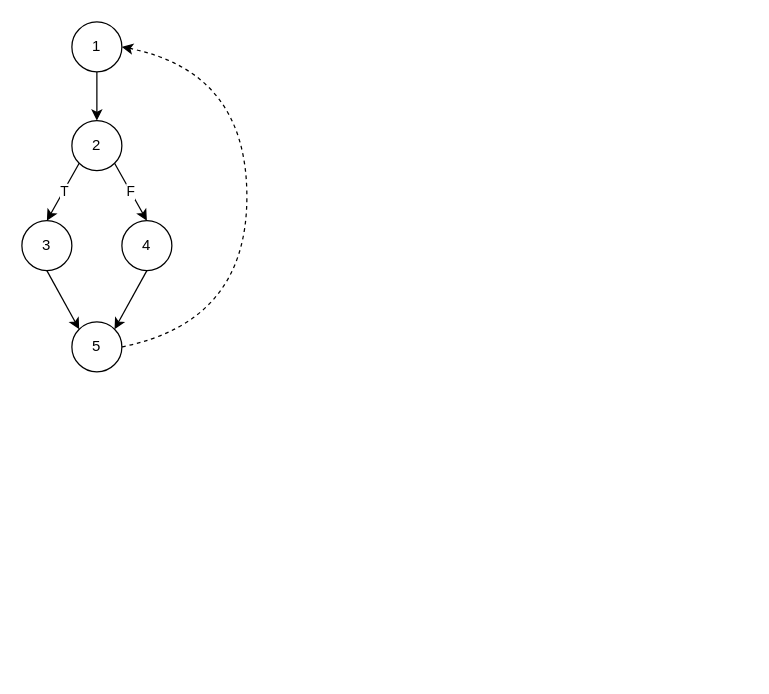
Above: DiagramasContornos.drawio in XurxoMF/XurxoMF (draw.io), before the change. Source tidied: cells renumbered, new cells numbered last; positions are measured from the earlier drawing's top-left corner, leaving out a move shared by most shapes. Both pictures are drawn from the tidied source at 125%, with x=0, y=0 at pixel (21, 21).
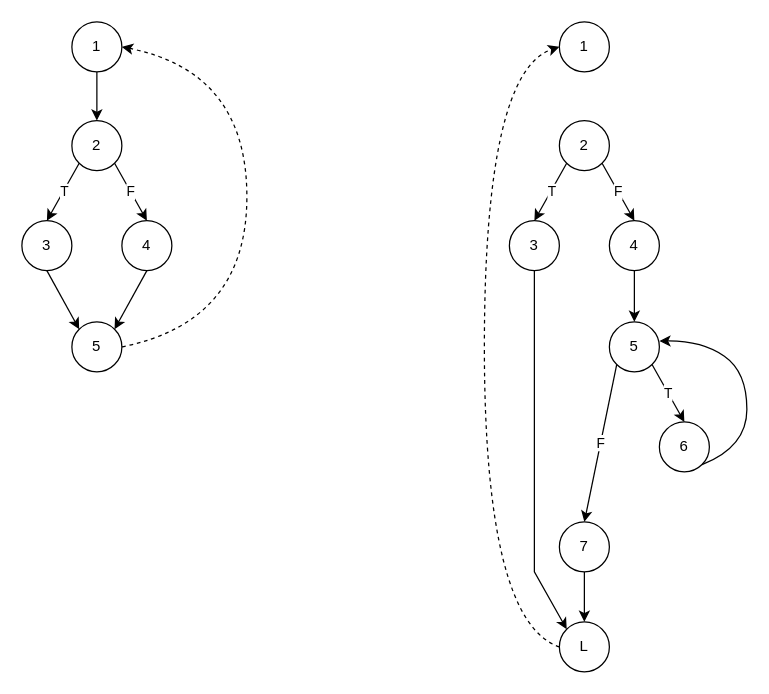
The same page after the edit.

What changed in the source:
```diff
@@
+    <mxCell id="15" value="L" style="ellipse;whiteSpace=wrap;html=1;" parent="1" vertex="1">
+      <mxGeometry x="430" y="480" width="40" height="40" as="geometry" />
+    </mxCell>
+    <mxCell id="16" value="1" style="ellipse;whiteSpace=wrap;html=1;" parent="1" vertex="1">
+      <mxGeometry x="430" width="40" height="40" as="geometry" />
+    </mxCell>
+    <mxCell id="17" value="2" style="ellipse;whiteSpace=wrap;html=1;" parent="1" vertex="1">
+      <mxGeometry x="430" y="79" width="40" height="40" as="geometry" />
+    </mxCell>
+    <mxCell id="18" value="3" style="ellipse;whiteSpace=wrap;html=1;" parent="1" vertex="1">
+      <mxGeometry x="390" y="159" width="40" height="40" as="geometry" />
+    </mxCell>
+    <mxCell id="19" style="endArrow=classic;html=1;rounded=0;strokeColor=#000000;exitX=0;exitY=1;exitDx=0;exitDy=0;entryX=0.5;entryY=0;entryDx=0;entryDy=0;fontColor=default;" parent="1" edge="1" source="17" target="18">
+      <mxGeometry relative="1" as="geometry" />
+    </mxCell>
+    <mxCell id="20" value="T" style="edgeLabel;html=1;align=center;verticalAlign=middle;" parent="19" vertex="1">
+      <mxGeometry relative="1" as="geometry" />
+    </mxCell>
+    <mxCell id="21" style="edgeStyle=none;rounded=0;jettySize=auto;html=1;exitX=0.5;exitY=1;exitDx=0;exitDy=0;entryX=0.5;entryY=0;entryDx=0;entryDy=0;fontColor=default;strokeColor=#000000;" parent="1" edge="1" source="22" target="26">
+      <mxGeometry relative="1" as="geometry" />
+    </mxCell>
+    <mxCell id="22" value="4" style="ellipse;whiteSpace=wrap;html=1;" parent="1" vertex="1">
+      <mxGeometry x="470" y="159" width="40" height="40" as="geometry" />
+    </mxCell>
+    <mxCell id="23" style="endArrow=classic;html=1;rounded=0;fontColor=default;strokeColor=#000000;entryX=0.5;entryY=0;entryDx=0;entryDy=0;exitX=1;exitY=1;exitDx=0;exitDy=0;" parent="1" edge="1" source="17" target="22">
+      <mxGeometry relative="1" as="geometry" />
+    </mxCell>
+    <mxCell id="24" value="F" style="edgeLabel;html=1;align=center;verticalAlign=middle;fontColor=default;" parent="23" vertex="1">
+      <mxGeometry relative="1" as="geometry" />
+    </mxCell>
+    <mxCell id="25" style="endArrow=classic;html=1;rounded=0;fontColor=default;strokeColor=#000000;exitX=0.5;exitY=1;exitDx=0;exitDy=0;entryX=0;entryY=0;entryDx=0;entryDy=0;" parent="1" edge="1" source="18" target="15">
+      <mxGeometry relative="1" as="geometry">
+        <Array as="points">
+          <mxPoint x="410" y="440" />
+        </Array>
+      </mxGeometry>
+    </mxCell>
+    <mxCell id="26" value="5" style="ellipse;whiteSpace=wrap;html=1;" parent="1" vertex="1">
+      <mxGeometry x="470" y="240" width="40" height="40" as="geometry" />
+    </mxCell>
+    <mxCell id="27" style="endArrow=classic;html=1;rounded=0;fontColor=default;strokeColor=#000000;exitX=0;exitY=1;exitDx=0;exitDy=0;entryX=0.5;entryY=0;entryDx=0;entryDy=0;" parent="1" edge="1" source="26" target="30">
+      <mxGeometry relative="1" as="geometry" />
+    </mxCell>
+    <mxCell id="28" value="F" style="edgeLabel;html=1;align=center;verticalAlign=middle;fontColor=default;" parent="27" vertex="1">
+      <mxGeometry relative="1" as="geometry" />
+    </mxCell>
+    <mxCell id="29" value="6" style="ellipse;whiteSpace=wrap;html=1;" parent="1" vertex="1">
+      <mxGeometry x="510" y="320" width="40" height="40" as="geometry" />
+    </mxCell>
+    <mxCell id="30" value="7" style="ellipse;whiteSpace=wrap;html=1;" parent="1" vertex="1">
+      <mxGeometry x="430" y="400" width="40" height="40" as="geometry" />
+    </mxCell>
+    <mxCell id="31" style="endArrow=classic;html=1;rounded=0;fontColor=default;strokeColor=#000000;exitX=1;exitY=1;exitDx=0;exitDy=0;entryX=0.5;entryY=0;entryDx=0;entryDy=0;" parent="1" edge="1" source="26" target="29">
+      <mxGeometry relative="1" as="geometry" />
+    </mxCell>
+    <mxCell id="32" value="T" style="edgeLabel;html=1;align=center;verticalAlign=middle;fontColor=default;" parent="31" vertex="1">
+      <mxGeometry relative="1" as="geometry" />
+    </mxCell>
+    <mxCell id="33" style="curved=1;endArrow=classic;html=1;rounded=0;fontColor=default;strokeColor=#000000;exitX=1;exitY=1;exitDx=0;exitDy=0;entryX=1;entryY=0.383;entryDx=0;entryDy=0;entryPerimeter=0;" parent="1" edge="1" source="29" target="26">
+      <mxGeometry relative="1" as="geometry">
+        <Array as="points">
+          <mxPoint x="580" y="340" />
+          <mxPoint x="580" y="280" />
+          <mxPoint x="544" y="255" />
+        </Array>
+      </mxGeometry>
+    </mxCell>
+    <mxCell id="34" style="endArrow=classic;html=1;rounded=0;fontColor=default;strokeColor=#000000;exitX=0.5;exitY=1;exitDx=0;exitDy=0;entryX=0.5;entryY=0;entryDx=0;entryDy=0;" parent="1" edge="1" source="30" target="15">
+      <mxGeometry relative="1" as="geometry" />
+    </mxCell>
+    <mxCell id="35" style="curved=1;endArrow=classic;html=1;rounded=0;fontColor=default;strokeColor=#000000;exitX=0;exitY=0.5;exitDx=0;exitDy=0;entryX=0;entryY=0.5;entryDx=0;entryDy=0;dashed=1;" parent="1" edge="1" source="15" target="16">
+      <mxGeometry relative="1" as="geometry">
+        <Array as="points">
+          <mxPoint x="370" y="480" />
+          <mxPoint x="370" y="40" />
+        </Array>
+      </mxGeometry>
+    </mxCell>
```
